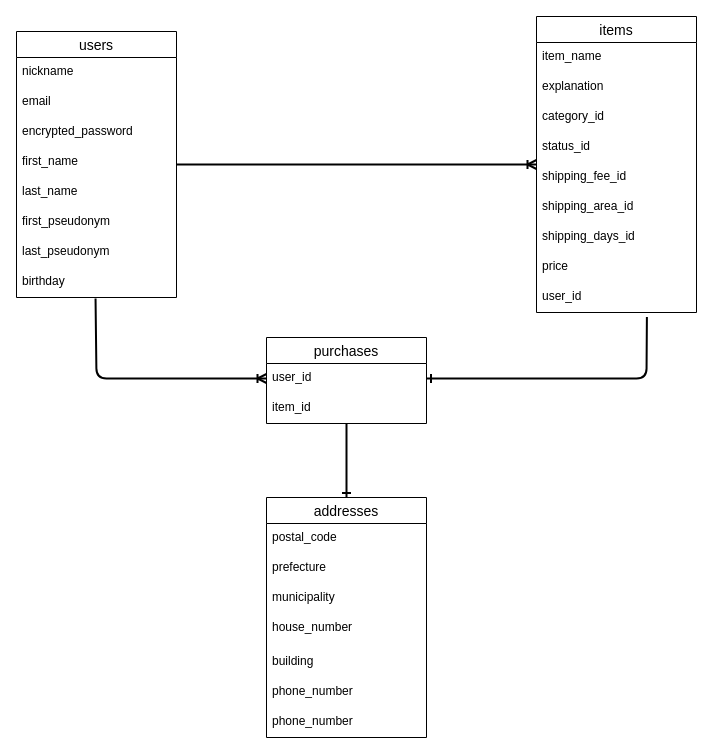
aa-naoki/furima-35853 keeps this draw.io diagram as furima.dio. Above is the earlier version. Source tidied: cells renumbered, new cells numbered last; positions are measured from the earlier drawing's top-left corner, leaving out a move shared by most shapes. Both pictures are drawn from the tidied source at 100%, with x=0, y=0 at pixel (16, 16).
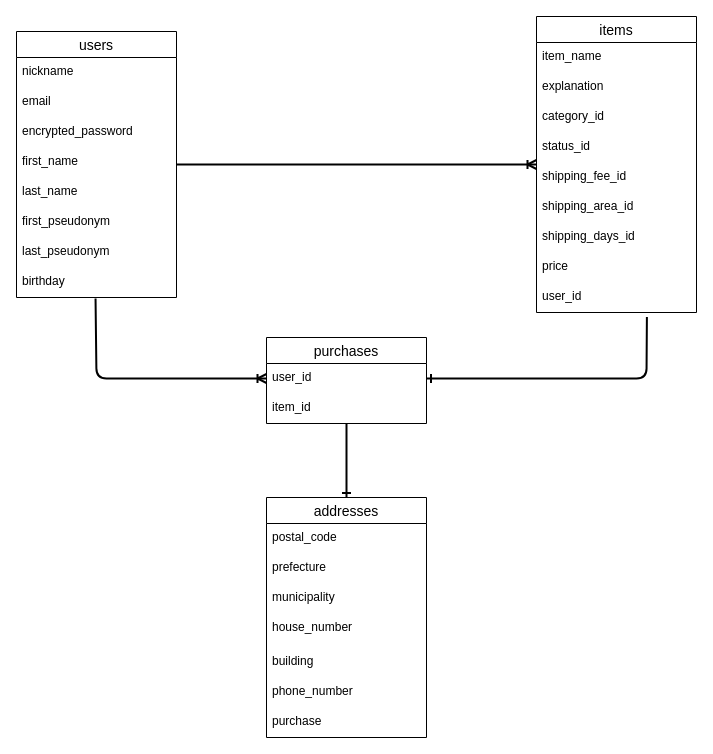
The same diagram, later.

Commit message (it also covers changes not shown here):
ER図・READMEの修正#2

Unchanged cells that the change refers to:
```xml
<mxCell id="26" value="addresses" style="swimlane;fontStyle=0;horizontal=1;startSize=26;align=center;fontSize=14;" parent="1" vertex="1">
  <mxGeometry x="250" y="481" width="160" height="240" as="geometry" />
</mxCell>
```

Diff of the diagram source:
```diff
@@
-    <mxCell id="33" value="phone_number" style="text;strokeColor=none;fillColor=none;spacingLeft=4;spacingRight=4;overflow=hidden;fontSize=12;" parent="26" vertex="1">
+    <mxCell id="33" value="purchase" style="text;strokeColor=none;fillColor=none;spacingLeft=4;spacingRight=4;overflow=hidden;fontSize=12;" parent="26" vertex="1">
       <mxGeometry y="210" width="160" height="30" as="geometry" />
     </mxCell>
```
